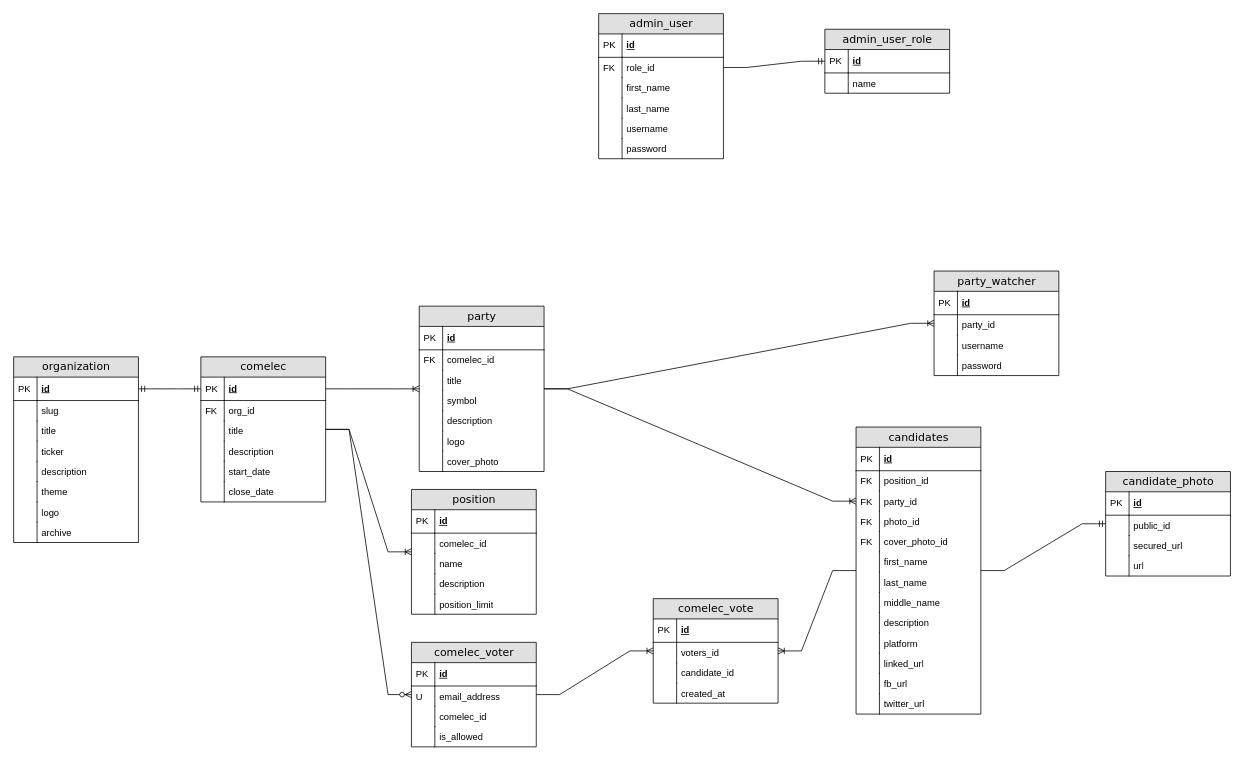
topzdev/tup-voting-sytem keeps this draw.io diagram as docs/tup-voting-database-schema.drawio. Above is the earlier version. Source tidied: cells renumbered, new cells numbered last; positions are measured from the earlier drawing's top-left corner, leaving out a move shared by most shapes. Both pictures are drawn from the tidied source at 78%, with x=0, y=0 at pixel (13, 13).
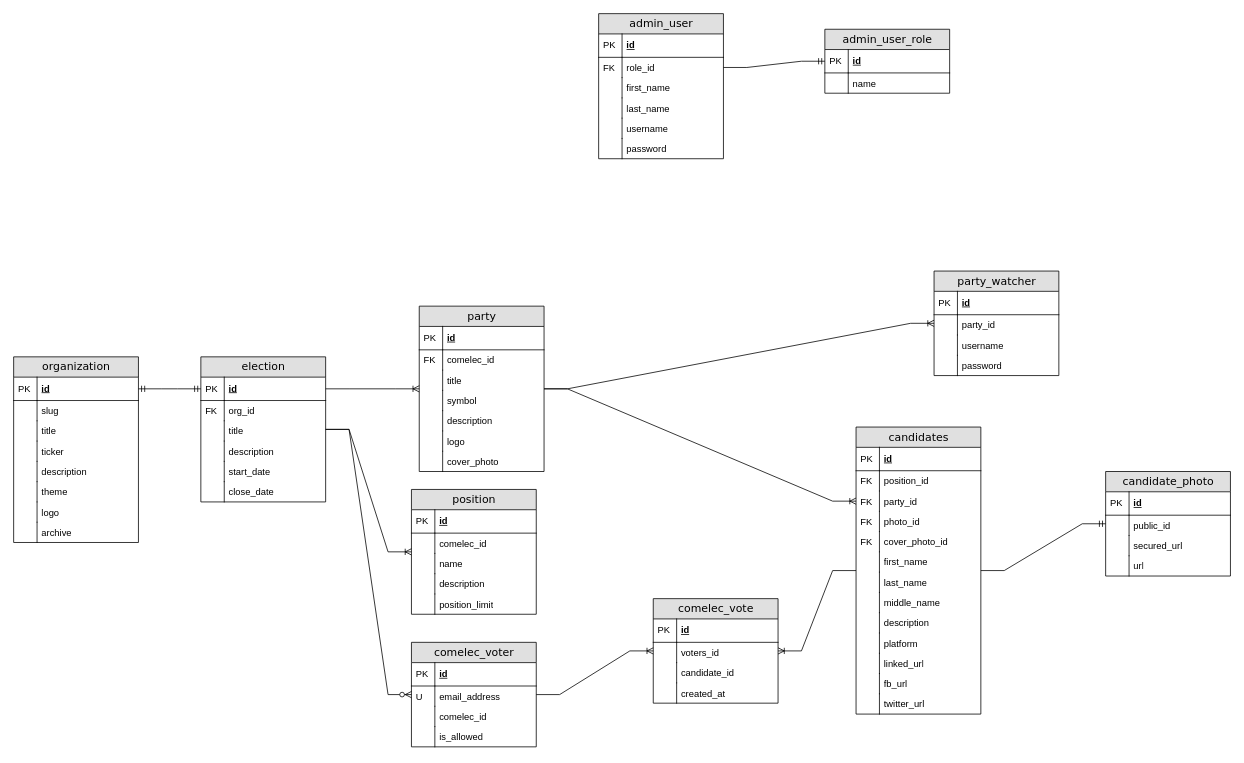
Above is the later version.

Commit message (it also covers changes not shown here):
election & position entity added

What changed in the source:
```diff
@@
-    <mxCell id="19" value="comelec" style="swimlane;html=1;fontStyle=0;horizontal=1;startSize=26;fillColor=#e0e0e0;swimlaneFillColor=#ffffff;align=center;rounded=0;shadow=0;comic=0;labelBackgroundColor=none;strokeWidth=1;fontFamily=Verdana;fontSize=14;" parent="1" vertex="1">
+    <mxCell id="19" value="election" style="swimlane;html=1;fontStyle=0;horizontal=1;startSize=26;fillColor=#e0e0e0;swimlaneFillColor=#ffffff;align=center;rounded=0;shadow=0;comic=0;labelBackgroundColor=none;strokeWidth=1;fontFamily=Verdana;fontSize=14;" parent="1" vertex="1">
       <mxGeometry x="240" y="440" width="160" height="186" as="geometry" />
     </mxCell>
```
